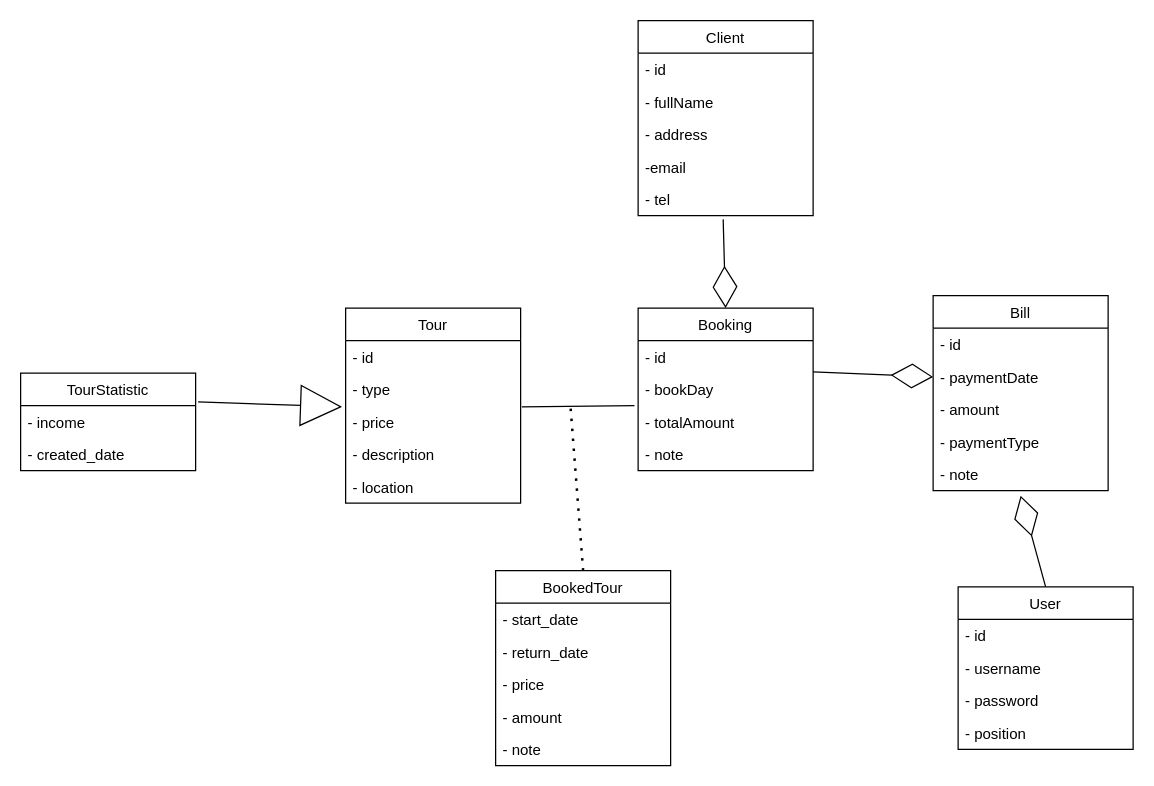
This is Untitled Diagram.drawio from thanhlongtld/classical_software_engineering, a draw.io file, before an edit. Source tidied: cells renumbered, new cells numbered last; positions are measured from the earlier drawing's top-left corner, leaving out a move shared by most shapes. Both pictures are drawn from the tidied source at 125%, with x=0, y=0 at pixel (20, 20).
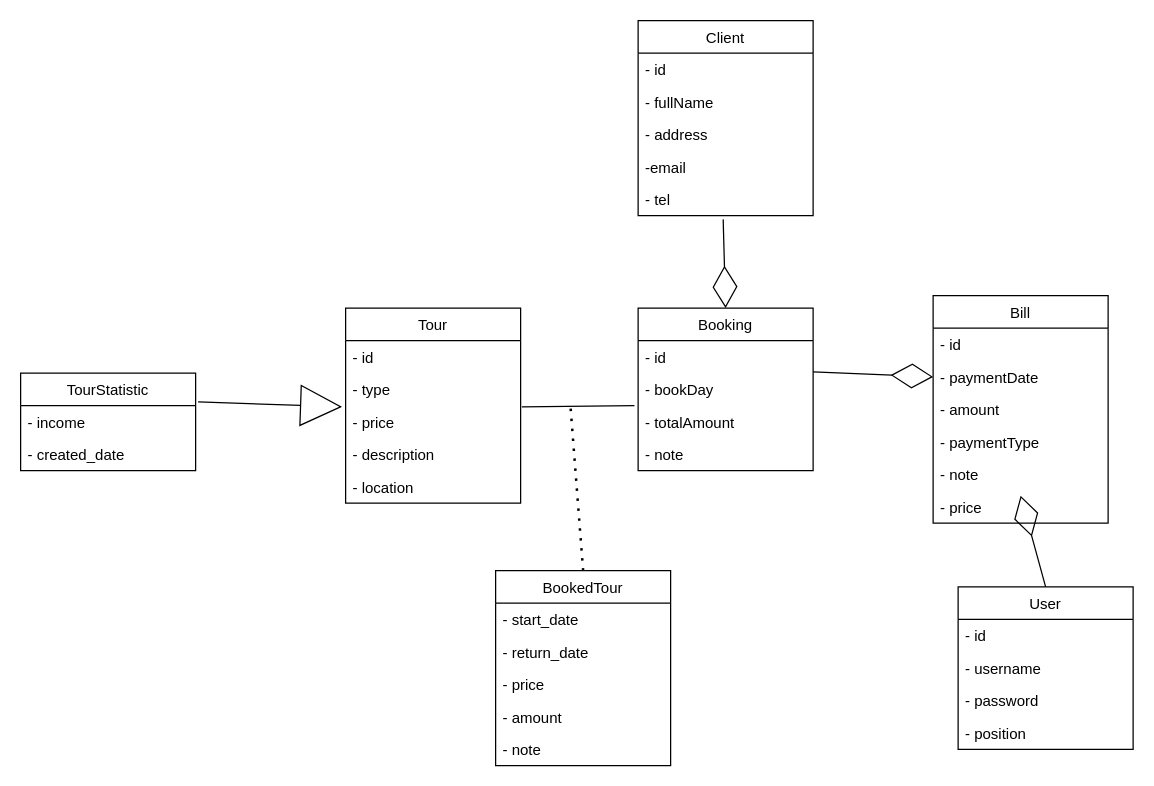
After the change.

Diff of the diagram source:
```diff
@@
     <mxCell id="19" value="Bill" style="swimlane;fontStyle=0;horizontal=1;startSize=26;fillColor=none;" parent="1" vertex="1">
-      <mxGeometry x="730" y="220" width="140" height="156" as="geometry" />
+      <mxGeometry x="730" y="220" width="140" height="182" as="geometry" />
     </mxCell>
@@
+    <mxCell id="45" value="- price" style="text;strokeColor=none;fillColor=none;align=left;verticalAlign=top;spacingLeft=4;spacingRight=4;overflow=hidden;" parent="19" vertex="1">
+      <mxGeometry y="156" width="140" height="26" as="geometry" />
+    </mxCell>
```
